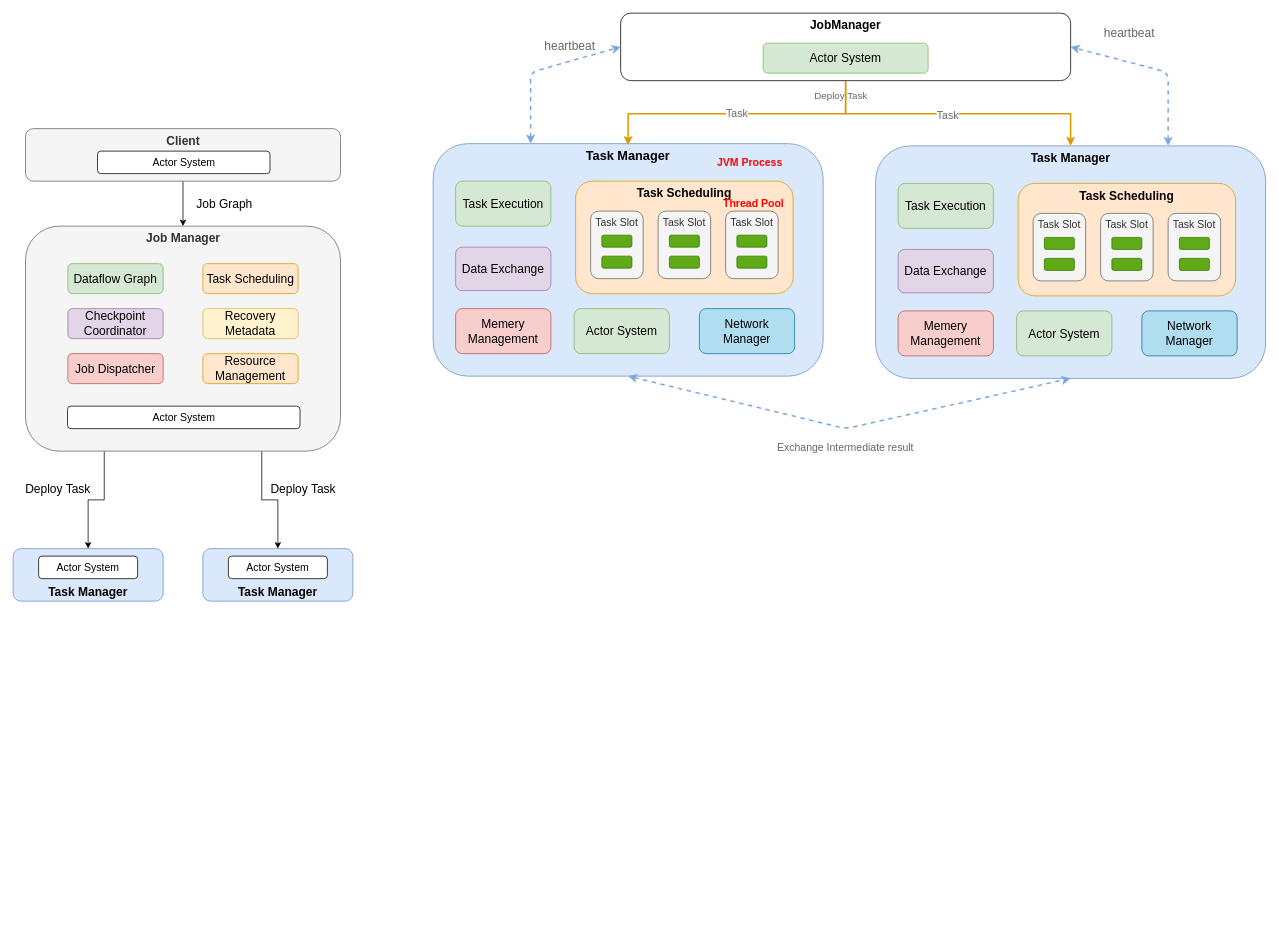
Before: page "Page-1" (1 of 3) of BigData/Flink架构.drawio in linkypi/xmind, a draw.io diagram. Source tidied: cells renumbered, new cells numbered last; positions are measured from the earlier drawing's top-left corner, leaving out a move shared by most shapes. Both pictures are drawn from the tidied source at 75%, with x=0, y=0 at pixel (13, 13).
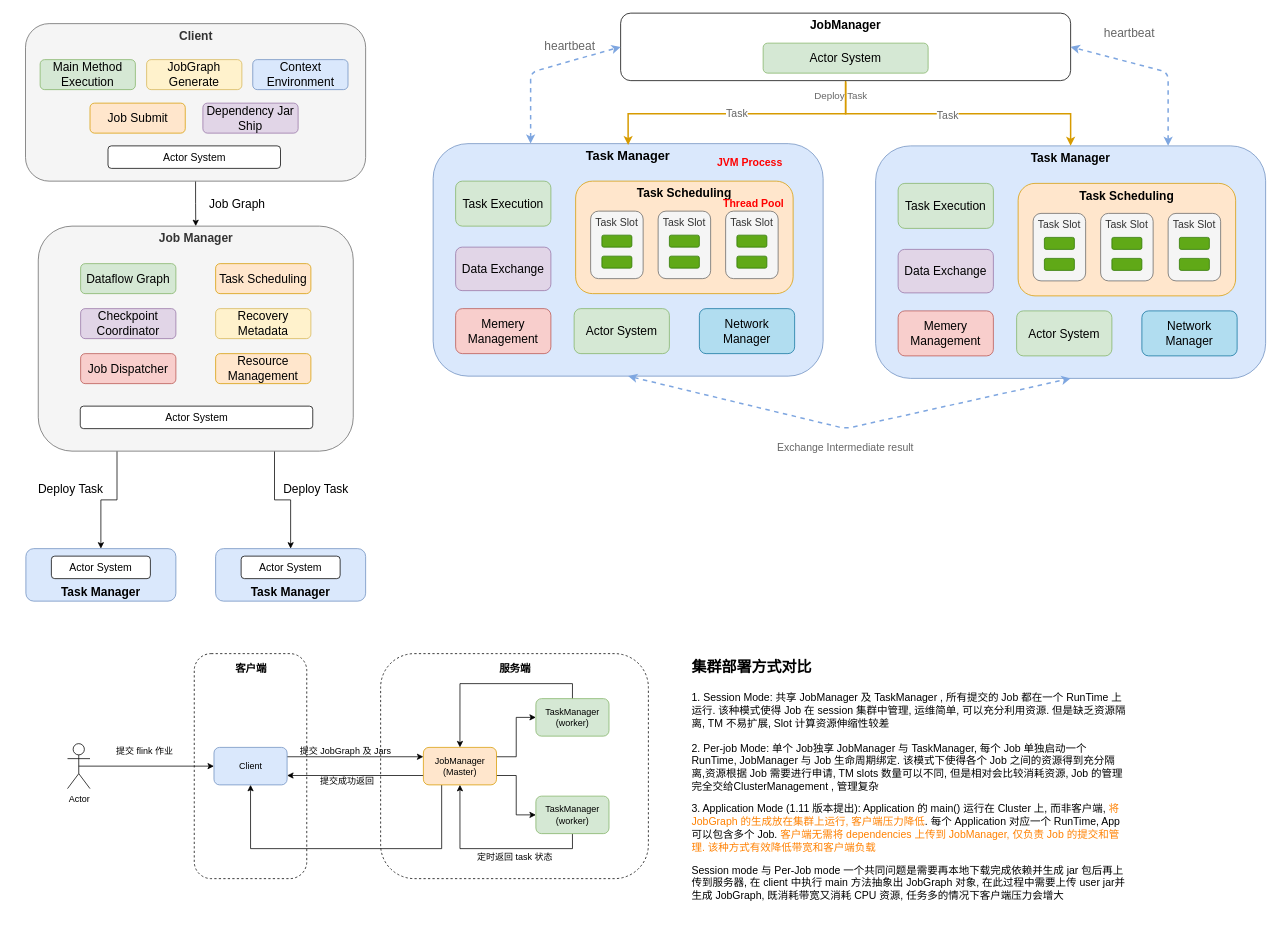
Above is the later version.

Commit message (it also covers changes not shown here):
完善 flink 架构原理

What changed in the source:
```diff
@@
+    <mxCell id="68" style="whiteSpace=wrap;html=1;rounded=1;dashed=1;" parent="1" vertex="1">
+      <mxGeometry x="490" y="854" width="357" height="300" as="geometry" />
+    </mxCell>
+    <mxCell id="69" style="whiteSpace=wrap;html=1;rounded=1;dashed=1;" parent="1" vertex="1">
+      <mxGeometry x="241.5" y="854" width="150" height="300" as="geometry" />
+    </mxCell>
@@
     <mxCell id="3" value="Client" style="rounded=1;whiteSpace=wrap;html=1;verticalAlign=top;fontSize=16;fontStyle=1;fillColor=#f5f5f5;strokeColor=#666666;fontColor=#333333;" parent="1" vertex="1">
-      <mxGeometry x="16.5" y="154" width="420" height="70" as="geometry" />
+      <mxGeometry x="16.5" y="14" width="453.5" height="210" as="geometry" />
     </mxCell>
@@
     <mxCell id="6" value="Job Manager" style="rounded=1;whiteSpace=wrap;html=1;fontSize=16;verticalAlign=top;fontStyle=1;fillColor=#f5f5f5;strokeColor=#666666;fontColor=#333333;" parent="1" vertex="1">
-      <mxGeometry x="16.5" y="284" width="420" height="300" as="geometry" />
+      <mxGeometry x="33.5" y="284" width="420" height="300" as="geometry" />
     </mxCell>
     <mxCell id="7" value="Task Manager" style="rounded=1;whiteSpace=wrap;html=1;fontSize=16;verticalAlign=bottom;fontStyle=1;fillColor=#dae8fc;strokeColor=#6c8ebf;" parent="1" vertex="1">
-      <mxGeometry y="714" width="200" height="70" as="geometry" />
+      <mxGeometry x="17" y="714" width="200" height="70" as="geometry" />
     </mxCell>
     <mxCell id="8" value="Actor System" style="rounded=1;whiteSpace=wrap;html=1;fontSize=14;" parent="1" vertex="1">
-      <mxGeometry x="112.5" y="184" width="230" height="30" as="geometry" />
+      <mxGeometry x="126.5" y="177" width="230" height="30" as="geometry" />
     </mxCell>
     <mxCell id="9" value="Actor System" style="rounded=1;whiteSpace=wrap;html=1;fontSize=14;" parent="1" vertex="1">
-      <mxGeometry x="72.5" y="524" width="310" height="30" as="geometry" />
+      <mxGeometry x="89.5" y="524" width="310" height="30" as="geometry" />
     </mxCell>
     <mxCell id="10" value="Dataflow Graph" style="rounded=1;whiteSpace=wrap;html=1;fontSize=16;fillColor=#d5e8d4;strokeColor=#82b366;" parent="1" vertex="1">
-      <mxGeometry x="73" y="334" width="127" height="40" as="geometry" />
+      <mxGeometry x="90" y="334" width="127" height="40" as="geometry" />
     </mxCell>
     <mxCell id="11" value="Task Scheduling" style="rounded=1;whiteSpace=wrap;html=1;fontSize=16;fillColor=#ffe6cc;strokeColor=#d79b00;" parent="1" vertex="1">
-      <mxGeometry x="253" y="334" width="127" height="40" as="geometry" />
+      <mxGeometry x="270" y="334" width="127" height="40" as="geometry" />
     </mxCell>
     <mxCell id="12" value="Checkpoint Coordinator" style="rounded=1;whiteSpace=wrap;html=1;fontSize=16;fillColor=#e1d5e7;strokeColor=#9673a6;" parent="1" vertex="1">
-      <mxGeometry x="73" y="394" width="127" height="40" as="geometry" />
+      <mxGeometry x="90" y="394" width="127" height="40" as="geometry" />
     </mxCell>
     <mxCell id="13" value="Recovery Metadata" style="rounded=1;whiteSpace=wrap;html=1;fontSize=16;fillColor=#fff2cc;strokeColor=#d6b656;" parent="1" vertex="1">
-      <mxGeometry x="253" y="394" width="127" height="40" as="geometry" />
+      <mxGeometry x="270" y="394" width="127" height="40" as="geometry" />
     </mxCell>
     <mxCell id="14" value="Resource Management" style="rounded=1;whiteSpace=wrap;html=1;fontSize=16;fillColor=#ffe6cc;strokeColor=#d79b00;" parent="1" vertex="1">
-      <mxGeometry x="253" y="454" width="127" height="40" as="geometry" />
+      <mxGeometry x="270" y="454" width="127" height="40" as="geometry" />
     </mxCell>
     <mxCell id="15" value="Job Dispatcher" style="rounded=1;whiteSpace=wrap;html=1;fontSize=16;fillColor=#f8cecc;strokeColor=#b85450;" parent="1" vertex="1">
-      <mxGeometry x="73" y="454" width="127" height="40" as="geometry" />
+      <mxGeometry x="90" y="454" width="127" height="40" as="geometry" />
     </mxCell>
     <mxCell id="16" value="Job Graph" style="text;html=1;strokeColor=none;fillColor=none;align=center;verticalAlign=middle;whiteSpace=wrap;rounded=0;fontSize=16;" parent="1" vertex="1">
-      <mxGeometry x="236.5" y="244" width="90" height="20" as="geometry" />
+      <mxGeometry x="253.5" y="244" width="90" height="20" as="geometry" />
     </mxCell>
     <mxCell id="17" value="Actor System" style="rounded=1;whiteSpace=wrap;html=1;fontSize=14;" parent="1" vertex="1">
-      <mxGeometry x="34" y="724" width="132" height="30" as="geometry" />
+      <mxGeometry x="51" y="724" width="132" height="30" as="geometry" />
     </mxCell>
     <mxCell id="18" value="Task Manager" style="rounded=1;whiteSpace=wrap;html=1;fontSize=16;verticalAlign=bottom;fontStyle=1;fillColor=#dae8fc;strokeColor=#6c8ebf;" parent="1" vertex="1">
-      <mxGeometry x="253" y="714" width="200" height="70" as="geometry" />
+      <mxGeometry x="270" y="714" width="200" height="70" as="geometry" />
     </mxCell>
     <mxCell id="19" value="Actor System" style="rounded=1;whiteSpace=wrap;html=1;fontSize=14;" parent="1" vertex="1">
-      <mxGeometry x="287" y="724" width="132" height="30" as="geometry" />
+      <mxGeometry x="304" y="724" width="132" height="30" as="geometry" />
     </mxCell>
     <mxCell id="20" value="Deploy Task" style="text;html=1;strokeColor=none;fillColor=none;align=center;verticalAlign=middle;whiteSpace=wrap;rounded=0;fontSize=16;" parent="1" vertex="1">
-      <mxGeometry y="624" width="120" height="20" as="geometry" />
+      <mxGeometry x="17" y="624" width="120" height="20" as="geometry" />
     </mxCell>
     <mxCell id="21" value="Deploy Task" style="text;html=1;strokeColor=none;fillColor=none;align=center;verticalAlign=middle;whiteSpace=wrap;rounded=0;fontSize=16;" parent="1" vertex="1">
-      <mxGeometry x="326.5" y="624" width="120" height="20" as="geometry" />
+      <mxGeometry x="343.5" y="624" width="120" height="20" as="geometry" />
     </mxCell>
@@
+    <mxCell id="70" style="edgeStyle=orthogonalEdgeStyle;rounded=0;jettySize=auto;html=1;exitX=0.5;exitY=0.5;exitDx=0;exitDy=0;exitPerimeter=0;entryX=0;entryY=0.5;entryDx=0;entryDy=0;" parent="1" edge="1" source="71" target="73">
+      <mxGeometry relative="1" as="geometry" />
+    </mxCell>
+    <mxCell id="71" value="Actor" style="shape=umlActor;verticalLabelPosition=bottom;verticalAlign=top;html=1;" parent="1" vertex="1">
+      <mxGeometry x="72.5" y="974" width="30" height="60" as="geometry" />
+    </mxCell>
+    <mxCell id="72" style="edgeStyle=orthogonalEdgeStyle;rounded=0;jettySize=auto;html=1;exitX=1;exitY=0.25;exitDx=0;exitDy=0;entryX=0;entryY=0.25;entryDx=0;entryDy=0;" parent="1" edge="1" source="73" target="78">
+      <mxGeometry relative="1" as="geometry" />
+    </mxCell>
+    <mxCell id="73" value="Client" style="whiteSpace=wrap;html=1;rounded=1;fillColor=#dae8fc;strokeColor=#6c8ebf;" parent="1" vertex="1">
+      <mxGeometry x="267.8" y="979" width="97.5" height="50" as="geometry" />
+    </mxCell>
+    <mxCell id="74" style="edgeStyle=orthogonalEdgeStyle;rounded=0;jettySize=auto;html=1;exitX=0;exitY=0.75;exitDx=0;exitDy=0;entryX=1;entryY=0.75;entryDx=0;entryDy=0;" parent="1" edge="1" source="78" target="73">
+      <mxGeometry relative="1" as="geometry" />
+    </mxCell>
+    <mxCell id="75" style="edgeStyle=orthogonalEdgeStyle;rounded=0;jettySize=auto;html=1;exitX=0.25;exitY=1;exitDx=0;exitDy=0;entryX=0.5;entryY=1;entryDx=0;entryDy=0;" parent="1" edge="1" source="78" target="73">
+      <mxGeometry relative="1" as="geometry">
+        <Array as="points">
+          <mxPoint x="571" y="1114" />
+          <mxPoint x="317" y="1114" />
+        </Array>
+      </mxGeometry>
+    </mxCell>
+    <mxCell id="76" style="edgeStyle=orthogonalEdgeStyle;rounded=0;jettySize=auto;html=1;exitX=1;exitY=0.25;exitDx=0;exitDy=0;entryX=0;entryY=0.5;entryDx=0;entryDy=0;" parent="1" edge="1" source="78" target="82">
+      <mxGeometry relative="1" as="geometry" />
+    </mxCell>
+    <mxCell id="77" style="edgeStyle=orthogonalEdgeStyle;rounded=0;jettySize=auto;html=1;exitX=1;exitY=0.75;exitDx=0;exitDy=0;entryX=0;entryY=0.5;entryDx=0;entryDy=0;" parent="1" edge="1" source="78" target="80">
+      <mxGeometry relative="1" as="geometry" />
+    </mxCell>
+    <mxCell id="78" value="JobManager&lt;br&gt;(Master)" style="whiteSpace=wrap;html=1;rounded=1;fillColor=#ffe6cc;strokeColor=#d79b00;" parent="1" vertex="1">
+      <mxGeometry x="547" y="979" width="97.5" height="50" as="geometry" />
+    </mxCell>
+    <mxCell id="79" style="edgeStyle=orthogonalEdgeStyle;rounded=0;jettySize=auto;html=1;exitX=0.5;exitY=1;exitDx=0;exitDy=0;entryX=0.5;entryY=1;entryDx=0;entryDy=0;" parent="1" edge="1" source="80" target="78">
+      <mxGeometry relative="1" as="geometry" />
+    </mxCell>
+    <mxCell id="80" value="TaskManager&lt;br&gt;(worker)" style="whiteSpace=wrap;html=1;rounded=1;fillColor=#d5e8d4;strokeColor=#82b366;" parent="1" vertex="1">
+      <mxGeometry x="697" y="1044" width="97.5" height="50" as="geometry" />
+    </mxCell>
+    <mxCell id="81" style="edgeStyle=orthogonalEdgeStyle;rounded=0;jettySize=auto;html=1;exitX=0.5;exitY=0;exitDx=0;exitDy=0;entryX=0.5;entryY=0;entryDx=0;entryDy=0;" parent="1" edge="1" source="82" target="78">
+      <mxGeometry relative="1" as="geometry" />
+    </mxCell>
+    <mxCell id="82" value="TaskManager&lt;br&gt;(worker)" style="whiteSpace=wrap;html=1;rounded=1;fillColor=#d5e8d4;strokeColor=#82b366;" parent="1" vertex="1">
+      <mxGeometry x="697" y="914" width="97.5" height="50" as="geometry" />
+    </mxCell>
+    <mxCell id="83" value="提交 flink 作业" style="text;html=1;align=center;verticalAlign=middle;" parent="1" vertex="1">
+      <mxGeometry x="130" y="974" width="90" height="20" as="geometry" />
+    </mxCell>
+    <mxCell id="84" value="提交 JobGraph 及 Jars" style="text;html=1;align=center;verticalAlign=middle;" parent="1" vertex="1">
+      <mxGeometry x="373" y="974" width="140" height="20" as="geometry" />
+    </mxCell>
+    <mxCell id="85" value="提交成功返回" style="text;html=1;align=center;verticalAlign=middle;" parent="1" vertex="1">
+      <mxGeometry x="400" y="1014" width="90" height="20" as="geometry" />
+    </mxCell>
+    <mxCell id="86" value="客户端" style="text;html=1;align=center;verticalAlign=middle;fontSize=14;fontStyle=1;" parent="1" vertex="1">
+      <mxGeometry x="286.5" y="864" width="60" height="20" as="geometry" />
+    </mxCell>
+    <mxCell id="87" value="服务端" style="text;html=1;align=center;verticalAlign=middle;fontSize=14;fontStyle=1;" parent="1" vertex="1">
+      <mxGeometry x="638.5" y="864" width="60" height="20" as="geometry" />
+    </mxCell>
+    <mxCell id="88" value="定时返回 task 状态" style="text;html=1;align=center;verticalAlign=middle;" parent="1" vertex="1">
+      <mxGeometry x="608.5" y="1115" width="120" height="20" as="geometry" />
+    </mxCell>
+    <mxCell id="89" value="Main Method Execution" style="rounded=1;whiteSpace=wrap;html=1;fontSize=16;fillColor=#d5e8d4;strokeColor=#82b366;" parent="1" vertex="1">
+      <mxGeometry x="36" y="62" width="127" height="40" as="geometry" />
+    </mxCell>
+    <mxCell id="90" value="JobGraph Generate" style="rounded=1;whiteSpace=wrap;html=1;fontSize=16;fillColor=#fff2cc;strokeColor=#d6b656;" parent="1" vertex="1">
+      <mxGeometry x="178" y="62" width="127" height="40" as="geometry" />
+    </mxCell>
+    <mxCell id="91" value="Context Environment" style="rounded=1;whiteSpace=wrap;html=1;fontSize=16;fillColor=#dae8fc;strokeColor=#6c8ebf;" parent="1" vertex="1">
+      <mxGeometry x="319.5" y="62" width="127" height="40" as="geometry" />
+    </mxCell>
+    <mxCell id="92" value="Job Submit" style="rounded=1;whiteSpace=wrap;html=1;fontSize=16;fillColor=#ffe6cc;strokeColor=#d79b00;" parent="1" vertex="1">
+      <mxGeometry x="102.5" y="120" width="127" height="40" as="geometry" />
+    </mxCell>
+    <mxCell id="93" value="Dependency Jar Ship" style="rounded=1;whiteSpace=wrap;html=1;fontSize=16;fillColor=#e1d5e7;strokeColor=#9673a6;" parent="1" vertex="1">
+      <mxGeometry x="253" y="120" width="127" height="40" as="geometry" />
+    </mxCell>
+    <mxCell id="94" value="&lt;h1&gt;&lt;span style=&quot;font-size: 20px&quot;&gt;集群部署方式对比&lt;/span&gt;&lt;/h1&gt;&lt;p&gt;1. Session Mode: 共享 JobManager 及 TaskManager , 所有提交的 Job 都在一个 RunTime 上运行. 该种模式使得 Job 在 session 集群中管理, 运维简单, 可以充分利用资源. 但是缺乏资源隔离, TM 不易扩展, Slot 计算资源伸缩性较差&lt;br&gt;&lt;br&gt;2. Per-job Mode: 单个 Job独享 JobManager 与 TaskManager, 每个 Job 单独启动一个 RunTime, JobManager 与 Job 生命周期绑定. 该模式下使得各个 Job 之间的资源得到充分隔离,资源根据 Job 需要进行申请, TM slots 数量可以不同, 但是相对会比较消耗资源, Job 的管理完全交给ClusterManagement , 管理复杂&lt;/p&gt;&lt;p&gt;3. Application Mode (1.11 版本提出): Application 的 main() 运行在 Cluster 上, 而非客户端, &lt;font color=&quot;#ff8000&quot;&gt;将JobGraph 的生成放在集群上运行, 客户端压力降低&lt;/font&gt;. 每个 Application 对应一个 RunTime, App 可以包含多个 Job. &lt;font color=&quot;#ff8000&quot;&gt;客户端无需将 dependencies 上传到 JobManager, 仅负责 Job 的提交和管理. 该种方式有效降低带宽和客户端负载&lt;/font&gt;&lt;/p&gt;&lt;p&gt;Session mode 与 Per-Job mode 一个共同问题是需要再本地下载完成依赖并生成 jar 包后再上传到服务器, 在 client 中执行 main 方法抽象出 JobGraph 对象, 在此过程中&lt;span&gt;需要上传 user jar并生成 JobGraph, 既消耗带宽又消耗 CPU 资源, 任务多的情况下客户端压力会增大&lt;/span&gt;&lt;/p&gt;" style="text;html=1;strokeColor=none;fillColor=none;spacing=5;spacingTop=-20;whiteSpace=wrap;overflow=hidden;rounded=0;dashed=1;fontSize=14;" parent="1" vertex="1">
+      <mxGeometry x="900" y="844" width="590" height="380" as="geometry" />
+    </mxCell>
```
